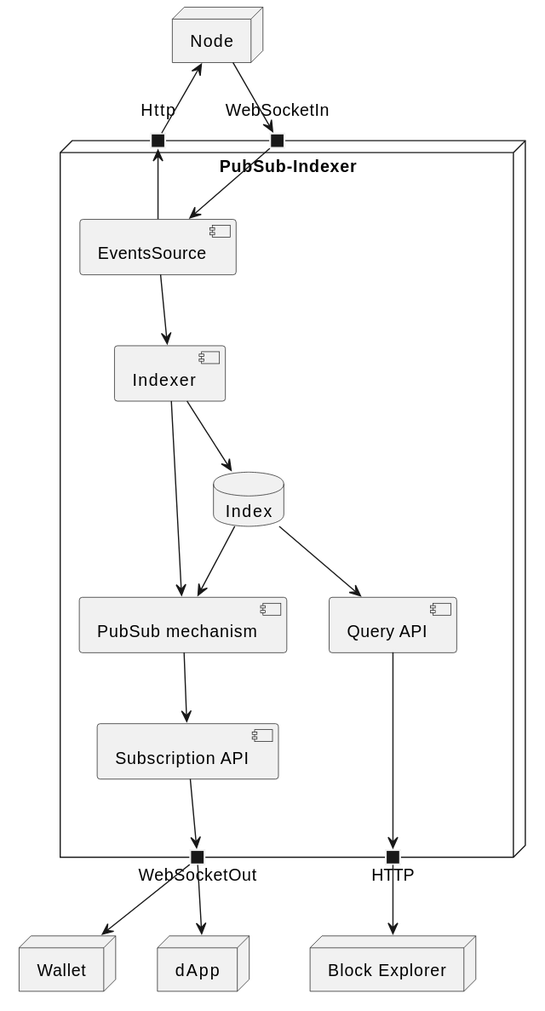
Above: components/PubSubIndexer/components.svg in midnightntwrk/midnight-architecture (PlantUML), before the change.
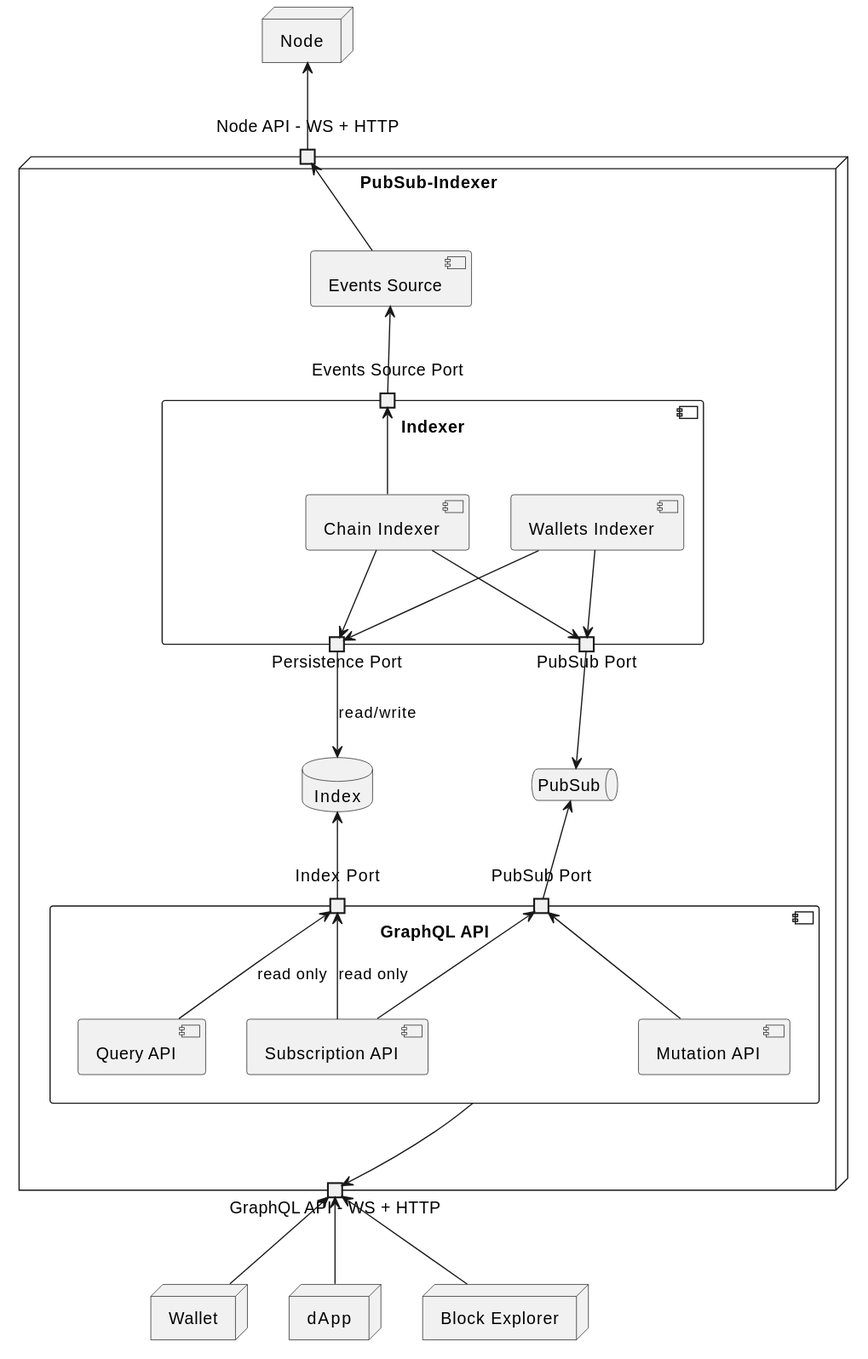
The same diagram one commit later.

Commit message:
[PM-7867] Lay out design for PubSub revision for cloud deployments

What changed in the source:
```diff
@@ -1,37 +1,69 @@
 @startuml
-
 node "Node"
 
 node "PubSub-Indexer" {
-  portin Http
-  portin WebSocketIn
-  portout WebSocketOut
-  portout HTTP
+  portin "Node API - WS + HTTP" as node_api
+  portout "GraphQL API - WS + HTTP" as graphql_api_port
 
-  database Index
+  database Index as index
 
-  [EventsSource] --> Http
-  WebSocketIn -> [EventsSource]
-  [EventsSource] --> [Indexer]
-  [Indexer] --> Index
-  [Indexer] --> [PubSub mechanism]
-  [Subscription API] ----> WebSocketOut
-  Index --> [PubSub mechanism]
-  [PubSub mechanism] --> [Subscription API]
-  Index --> [Query API]
-  [Query API] ---> HTTP
+  queue PubSub as pub_sub
+
+  component "Events Source" as events_source
+
+  component Indexer {
+    component "Chain Indexer" as chain_indexer
+    component "Wallets Indexer" as wallets_indexer
+
+    portin  "Events Source Port" as events_source_indexer_port
+    portout "PubSub Port" as pub_sub_indexer_port
+    portout "Persistence Port" as persistence_indexer_port
+
+    chain_indexer --> events_source_indexer_port
+    chain_indexer --> pub_sub_indexer_port
+    wallets_indexer --> pub_sub_indexer_port
+
+    chain_indexer --> persistence_indexer_port
+    wallets_indexer --> persistence_indexer_port
+
+    pub_sub_indexer_port -[hidden]-- persistence_indexer_port
+  }
+
+  component "GraphQL API" as graphql_api {
+    component "Mutation API" as mutation_api
+    component "Query API" as query_api
+    component "Subscription API" as subscription_api
+
+    port "Index Port" as index_graphql_port
+    port "PubSub Port" as pub_sub_graphql_port
+
+    index_graphql_port <-- query_api : read only
+    pub_sub_graphql_port <-- subscription_api
+    index_graphql_port <-- subscription_api : read only
+    pub_sub_graphql_port <-- mutation_api
+  }
+
+  node_api <-- events_source
+  events_source <-- events_source_indexer_port
+
+  persistence_indexer_port --> index : read/write
+  pub_sub_indexer_port --> pub_sub
+
+  index <-- index_graphql_port
+  pub_sub <-- pub_sub_graphql_port
+
+  graphql_api --> graphql_api_port
+
 }
 
-Node --> WebSocketIn
-Http -> Node
+Node <-- node_api
 
 node Wallet
-WebSocketOut --> Wallet
+graphql_api_port <-- Wallet
 
 node dApp
-WebSocketOut --> dApp
+graphql_api_port <-- dApp
 
 node "Block Explorer" as explorer
-HTTP --> explorer
-
+graphql_api_port <-- explorer
 @enduml
```
